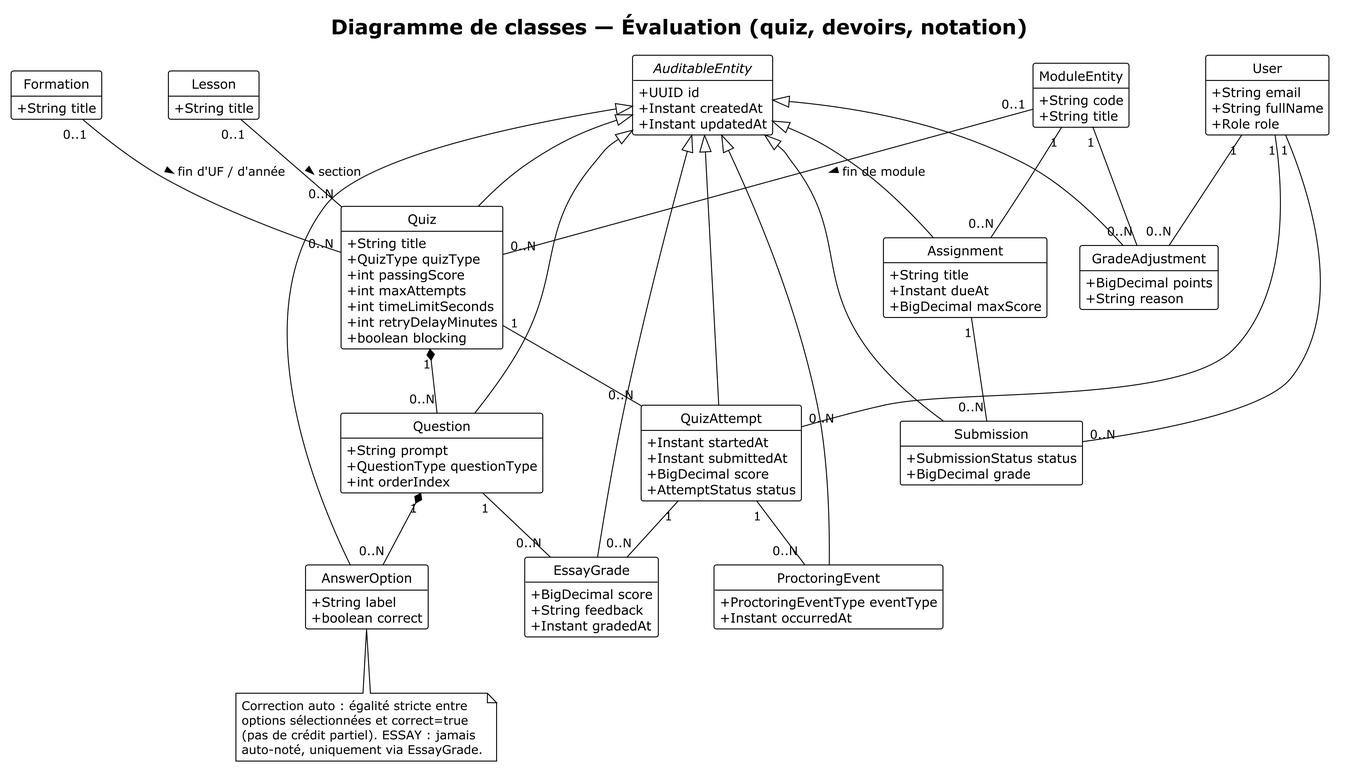
The PlantUML diagram diagrammes/images/diagramme_classes_evaluation.png in aminecharro01/E-learning, before a commit.
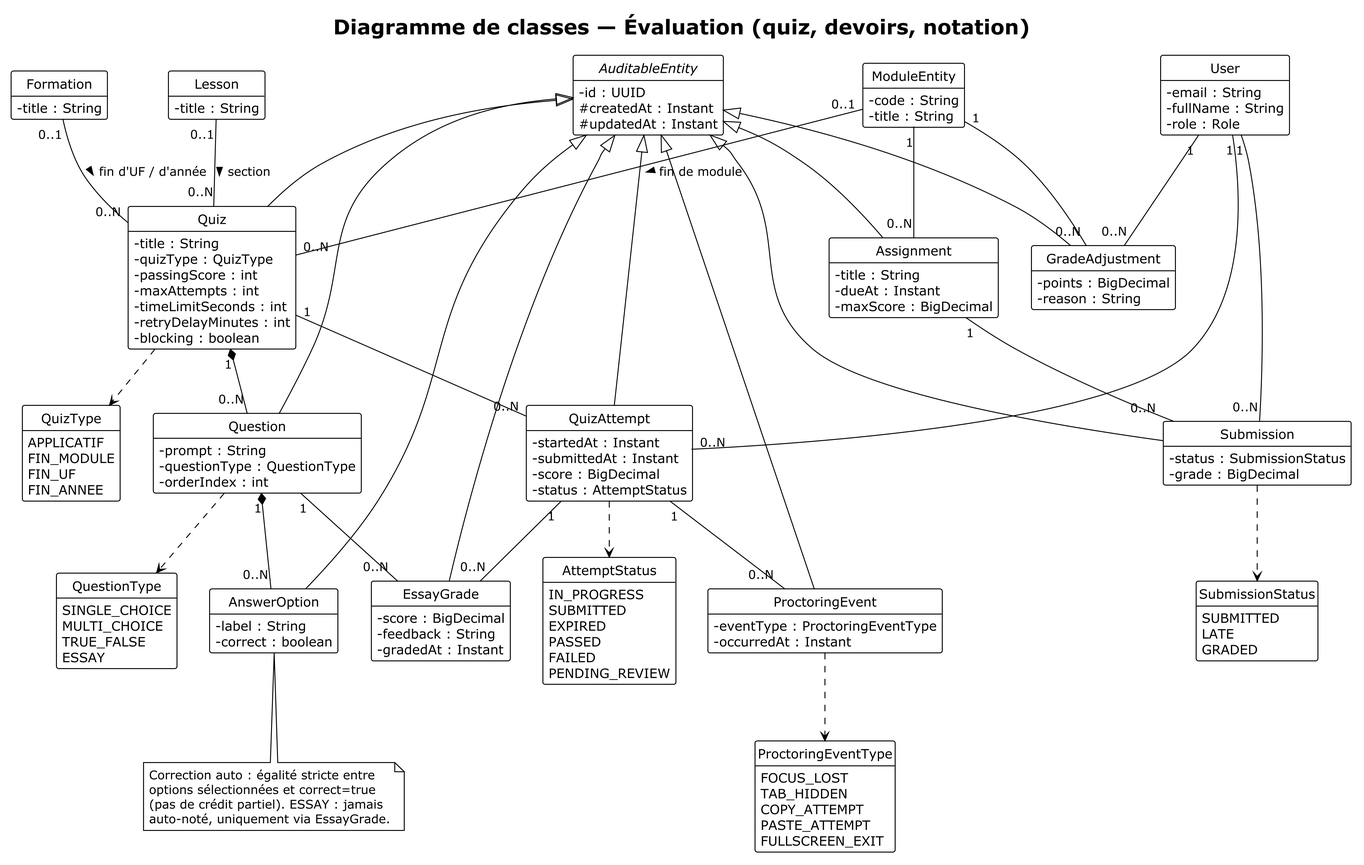
The same file after the commit.

Change to the diagram source:
```diff
@@ -8,83 +8,120 @@
 title Diagramme de classes — Évaluation (quiz, devoirs, notation)
 
 abstract class AuditableEntity {
-  +UUID id
-  +Instant createdAt
-  +Instant updatedAt
+  - id : UUID
+  # createdAt : Instant
+  # updatedAt : Instant
 }
 
 class User {
-  +String email
-  +String fullName
-  +Role role
+  - email : String
+  - fullName : String
+  - role : Role
 }
 
 class ModuleEntity {
-  +String code
-  +String title
+  - code : String
+  - title : String
 }
 
 class Lesson {
-  +String title
+  - title : String
 }
 
 class Formation {
-  +String title
+  - title : String
 }
 
 class Quiz {
-  +String title
-  +QuizType quizType
-  +int passingScore
-  +int maxAttempts
-  +int timeLimitSeconds
-  +int retryDelayMinutes
-  +boolean blocking
+  - title : String
+  - quizType : QuizType
+  - passingScore : int
+  - maxAttempts : int
+  - timeLimitSeconds : int
+  - retryDelayMinutes : int
+  - blocking : boolean
 }
 
 class Question {
-  +String prompt
-  +QuestionType questionType
-  +int orderIndex
+  - prompt : String
+  - questionType : QuestionType
+  - orderIndex : int
 }
 
 class AnswerOption {
-  +String label
-  +boolean correct
+  - label : String
+  - correct : boolean
 }
 
 class QuizAttempt {
-  +Instant startedAt
-  +Instant submittedAt
-  +BigDecimal score
-  +AttemptStatus status
+  - startedAt : Instant
+  - submittedAt : Instant
+  - score : BigDecimal
+  - status : AttemptStatus
 }
 
 class EssayGrade {
-  +BigDecimal score
-  +String feedback
-  +Instant gradedAt
+  - score : BigDecimal
+  - feedback : String
+  - gradedAt : Instant
 }
 
 class ProctoringEvent {
-  +ProctoringEventType eventType
-  +Instant occurredAt
+  - eventType : ProctoringEventType
+  - occurredAt : Instant
 }
 
 class Assignment {
-  +String title
-  +Instant dueAt
-  +BigDecimal maxScore
+  - title : String
+  - dueAt : Instant
+  - maxScore : BigDecimal
 }
 
 class Submission {
-  +SubmissionStatus status
-  +BigDecimal grade
+  - status : SubmissionStatus
+  - grade : BigDecimal
 }
 
 class GradeAdjustment {
-  +BigDecimal points
-  +String reason
+  - points : BigDecimal
+  - reason : String
+}
+
+enum QuizType {
+  APPLICATIF
+  FIN_MODULE
+  FIN_UF
+  FIN_ANNEE
+}
+
+enum QuestionType {
+  SINGLE_CHOICE
+  MULTI_CHOICE
+  TRUE_FALSE
+  ESSAY
+}
+
+enum AttemptStatus {
+  IN_PROGRESS
+  SUBMITTED
+  EXPIRED
+  PASSED
+  FAILED
+  PENDING_REVIEW
+}
+
+enum ProctoringEventType {
+  FOCUS_LOST
+  TAB_HIDDEN
+  COPY_ATTEMPT
+  PASTE_ATTEMPT
+  FULLSCREEN_EXIT
+}
+
+enum SubmissionStatus {
+  SUBMITTED
+  LATE
+  GRADED
 }
 
 AuditableEntity <|-- Quiz
@@ -96,6 +133,12 @@
 AuditableEntity <|-- Assignment
 AuditableEntity <|-- Submission
 AuditableEntity <|-- GradeAdjustment
+
+Quiz ..> QuizType
+Question ..> QuestionType
+QuizAttempt ..> AttemptStatus
+ProctoringEvent ..> ProctoringEventType
+Submission ..> SubmissionStatus
 
 Lesson "0..1" -- "0..N" Quiz : section >
 ModuleEntity "0..1" -- "0..N" Quiz : fin de module >
```
